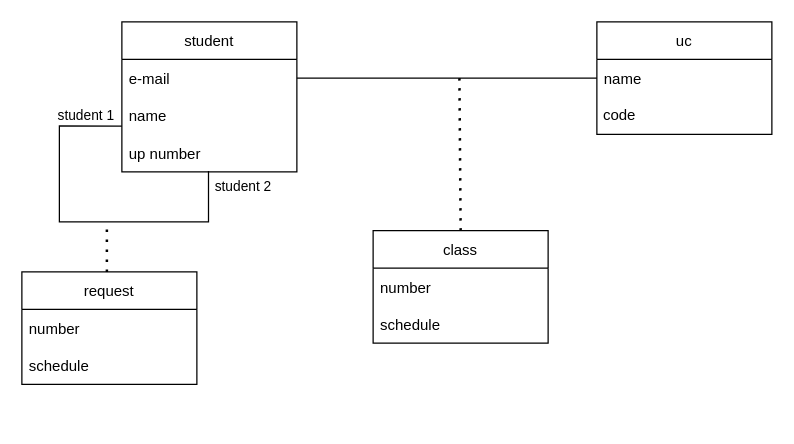
Before: lib/week 2/uml.drawio in luisaraujo25/Swapping, a draw.io diagram. Source tidied: cells renumbered, new cells numbered last; positions are measured from the earlier drawing's top-left corner, leaving out a move shared by most shapes. Both pictures are drawn from the tidied source at 125%, with x=0, y=0 at pixel (21, 21).
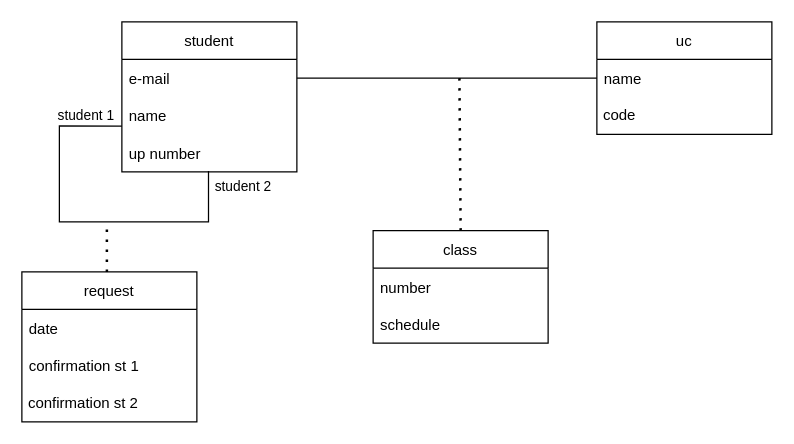
The same diagram, later.

Commit message (it also covers changes not shown here):
uml fixed + state diagram

The edit, as a diff of the source:
```diff
@@
     <mxCell id="17" value="request" style="swimlane;fontStyle=0;horizontal=1;startSize=30;" parent="1" vertex="1">
-      <mxGeometry y="200" width="140" height="90" as="geometry" />
+      <mxGeometry y="200" width="140" height="120" as="geometry" />
     </mxCell>
-    <mxCell id="18" value="number" style="text;strokeColor=none;fillColor=none;align=left;verticalAlign=middle;spacingLeft=4;spacingRight=4;overflow=hidden;" parent="17" vertex="1">
+    <mxCell id="18" value="date" style="text;strokeColor=none;fillColor=none;align=left;verticalAlign=middle;spacingLeft=4;spacingRight=4;overflow=hidden;" parent="17" vertex="1">
       <mxGeometry y="30" width="140" height="30" as="geometry" />
     </mxCell>
-    <mxCell id="19" value="schedule" style="text;strokeColor=none;fillColor=none;align=left;verticalAlign=middle;spacingLeft=4;spacingRight=4;overflow=hidden;" parent="17" vertex="1">
+    <mxCell id="19" value="confirmation st 1" style="text;strokeColor=none;fillColor=none;align=left;verticalAlign=middle;spacingLeft=4;spacingRight=4;overflow=hidden;" parent="17" vertex="1">
       <mxGeometry y="60" width="140" height="30" as="geometry" />
     </mxCell>
+    <mxCell id="21" value="&amp;nbsp;confirmation st 2" style="text;html=1;strokeColor=none;fillColor=none;align=left;verticalAlign=middle;whiteSpace=wrap;rounded=0;" parent="17" vertex="1">
+      <mxGeometry y="90" width="140" height="30" as="geometry" />
+    </mxCell>
```
